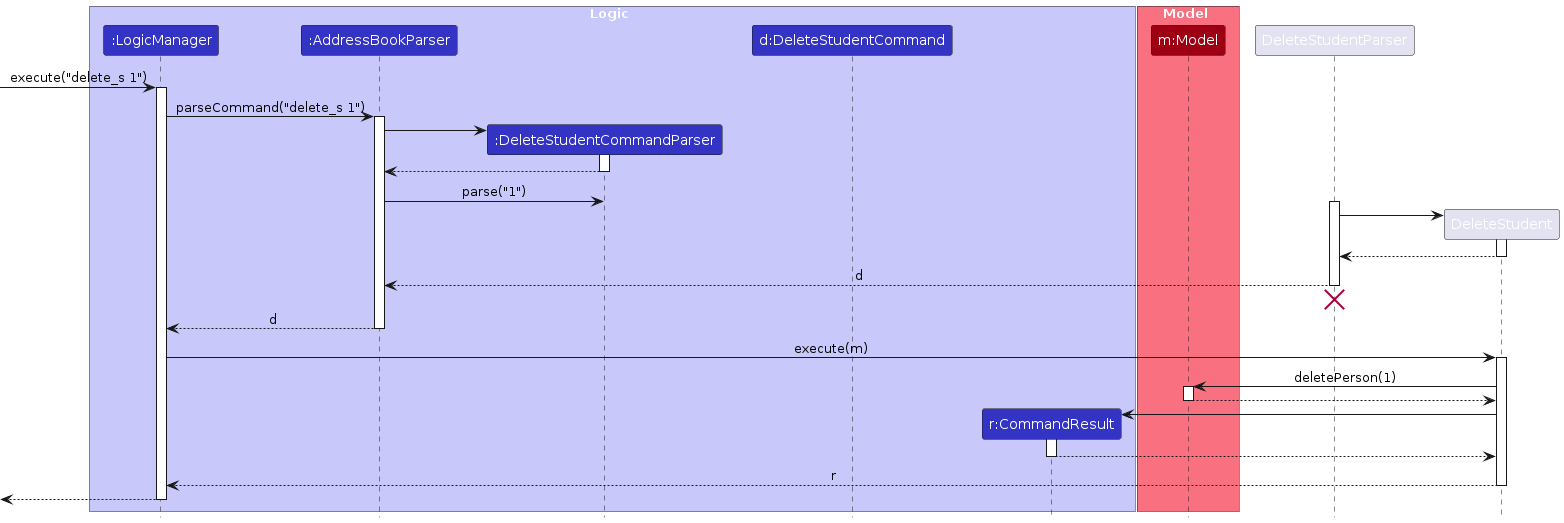
Above: diagrams/DeleteSequenceDiagram.png in AY2425S2-CS2103T-T09-4/tp (PlantUML), before the change. Its source is kept beside it as diagrams/DeleteSequenceDiagram.puml. Its diagram source:
```plantuml
@startuml
!include style.puml
skinparam ArrowFontStyle plain

box Logic LOGIC_COLOR_T1
participant ":LogicManager" as LogicManager LOGIC_COLOR
participant ":AddressBookParser" as AddressBookParser LOGIC_COLOR
participant ":DeleteStudentCommandParser" as DeleteStudentCommandParser LOGIC_COLOR
participant "d:DeleteStudentCommand" as DeleteStudentCommand LOGIC_COLOR
participant "r:CommandResult" as CommandResult LOGIC_COLOR
end box

box Model MODEL_COLOR_T1
participant "m:Model" as Model MODEL_COLOR
end box

[-> LogicManager : execute("delete_s 1")
activate LogicManager

LogicManager -> AddressBookParser : parseCommand("delete_s 1")
activate AddressBookParser

create DeleteStudentCommandParser
AddressBookParser -> DeleteStudentCommandParser
activate DeleteStudentCommandParser

DeleteStudentCommandParser --> AddressBookParser
deactivate DeleteStudentCommandParser

AddressBookParser -> DeleteStudentCommandParser : parse("1")
activate DeleteStudentParser

create DeleteStudent
DeleteStudentParser -> DeleteStudent
activate DeleteStudent

DeleteStudent --> DeleteStudentParser :
deactivate DeleteStudent

DeleteStudentParser --> AddressBookParser : d
deactivate DeleteStudentParser
DeleteStudentParser -[hidden]-> AddressBookParser
destroy DeleteStudentParser

AddressBookParser --> LogicManager : d
deactivate AddressBookParser

LogicManager -> DeleteStudent : execute(m)
activate DeleteStudent

DeleteStudent -> Model : deletePerson(1)
activate Model

Model --> DeleteStudent
deactivate Model

create CommandResult
DeleteStudent -> CommandResult
activate CommandResult

CommandResult --> DeleteStudent
deactivate CommandResult

DeleteStudent --> LogicManager : r
deactivate DeleteStudent

[<--LogicManager
deactivate LogicManager
@enduml
```
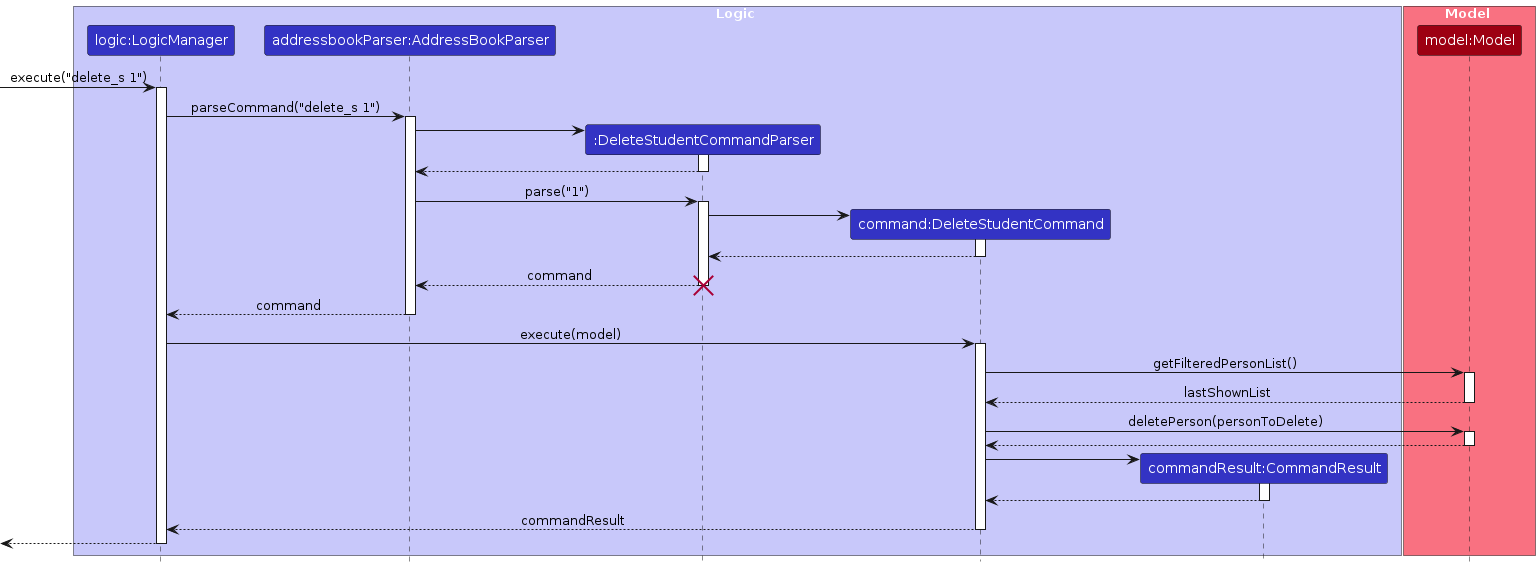
The same diagram one commit later.

What changed in the source:
```diff
@@ -3,15 +3,15 @@
 skinparam ArrowFontStyle plain
 
 box Logic LOGIC_COLOR_T1
-participant ":LogicManager" as LogicManager LOGIC_COLOR
-participant ":AddressBookParser" as AddressBookParser LOGIC_COLOR
+participant "logic:LogicManager" as LogicManager LOGIC_COLOR
+participant "addressbookParser:AddressBookParser" as AddressBookParser LOGIC_COLOR
 participant ":DeleteStudentCommandParser" as DeleteStudentCommandParser LOGIC_COLOR
-participant "d:DeleteStudentCommand" as DeleteStudentCommand LOGIC_COLOR
-participant "r:CommandResult" as CommandResult LOGIC_COLOR
+participant "command:DeleteStudentCommand" as DeleteStudentCommand LOGIC_COLOR
+participant "commandResult:CommandResult" as CommandResult LOGIC_COLOR
 end box
 
 box Model MODEL_COLOR_T1
-participant "m:Model" as Model MODEL_COLOR
+participant "model:Model" as Model MODEL_COLOR
 end box
 
 [-> LogicManager : execute("delete_s 1")
@@ -28,41 +28,45 @@
 deactivate DeleteStudentCommandParser
 
 AddressBookParser -> DeleteStudentCommandParser : parse("1")
-activate DeleteStudentParser
+activate DeleteStudentCommandParser
 
-create DeleteStudent
-DeleteStudentParser -> DeleteStudent
-activate DeleteStudent
+create DeleteStudentCommand
+DeleteStudentCommandParser -> DeleteStudentCommand
+activate DeleteStudentCommand
 
-DeleteStudent --> DeleteStudentParser :
-deactivate DeleteStudent
+DeleteStudentCommand --> DeleteStudentCommandParser
+deactivate DeleteStudentCommand
 
-DeleteStudentParser --> AddressBookParser : d
-deactivate DeleteStudentParser
-DeleteStudentParser -[hidden]-> AddressBookParser
-destroy DeleteStudentParser
+DeleteStudentCommandParser --> AddressBookParser: command
+deactivate DeleteStudentCommandParser
+destroy DeleteStudentCommandParser
 
-AddressBookParser --> LogicManager : d
+AddressBookParser --> LogicManager: command
 deactivate AddressBookParser
 
-LogicManager -> DeleteStudent : execute(m)
-activate DeleteStudent
+LogicManager -> DeleteStudentCommand : execute(model)
+activate DeleteStudentCommand
 
-DeleteStudent -> Model : deletePerson(1)
+DeleteStudentCommand -> Model : getFilteredPersonList()
+activate Model
+Model --> DeleteStudentCommand: lastShownList
+deactivate Model
+
+DeleteStudentCommand -> Model : deletePerson(personToDelete)
 activate Model
 
-Model --> DeleteStudent
+Model --> DeleteStudentCommand
 deactivate Model
 
 create CommandResult
-DeleteStudent -> CommandResult
+DeleteStudentCommand -> CommandResult
 activate CommandResult
 
-CommandResult --> DeleteStudent
+CommandResult --> DeleteStudentCommand
 deactivate CommandResult
 
-DeleteStudent --> LogicManager : r
-deactivate DeleteStudent
+DeleteStudentCommand --> LogicManager: commandResult
+deactivate DeleteStudentCommand
 
 [<--LogicManager
 deactivate LogicManager
```
